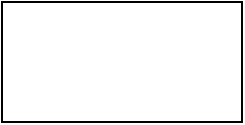
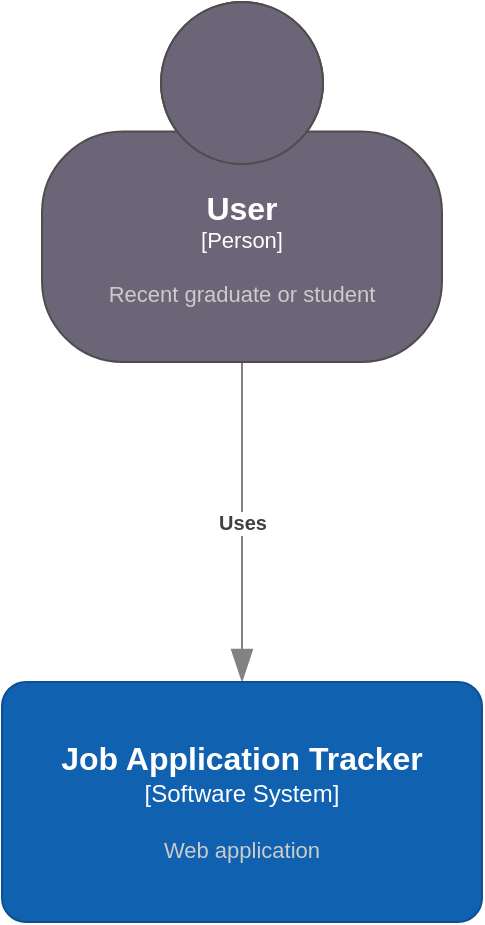
<mxfile host="app.diagrams.net">
  <diagram name="Page-1" id="r0MX-lv1SgkQPHXPaGqT">
-     <mxGraphModel dx="2054" dy="1111" grid="1" gridSize="10" guides="1" tooltips="1" connect="1" arrows="1" fold="1" page="1" pageScale="1" pageWidth="850" pageHeight="1100" math="0" shadow="0">
+     <mxGraphModel dx="1712" dy="926" grid="1" gridSize="10" guides="1" tooltips="1" connect="1" arrows="1" fold="1" page="1" pageScale="1" pageWidth="850" pageHeight="1100" math="0" shadow="0">
      <root>
        <mxCell id="0" />
        <mxCell id="1" parent="0" />
-         <mxCell id="iYDje_hDomblVsgE6DUW-1" parent="1" style="rounded=0;whiteSpace=wrap;html=1;" value="" vertex="1">
-           <mxGeometry height="60" width="120" x="330" y="330" as="geometry" />
-         </mxCell>
+         <object placeholders="1" c4Type="Relationship" c4Description="Uses" label="&lt;div style=&quot;text-align: left&quot;&gt;&lt;div style=&quot;text-align: center&quot;&gt;&lt;b&gt;%c4Description%&lt;/b&gt;&lt;/div&gt;" id="O_8AKF7KbehZ5gpZg40K-2">
+           <mxCell edge="1" parent="1" source="O_8AKF7KbehZ5gpZg40K-5" style="endArrow=blockThin;html=1;fontSize=10;fontColor=#404040;strokeWidth=1;endFill=1;strokeColor=#828282;elbow=vertical;metaEdit=1;endSize=14;startSize=14;jumpStyle=arc;jumpSize=16;rounded=0;edgeStyle=orthogonalEdgeStyle;exitX=0.5;exitY=1;exitDx=0;exitDy=0;exitPerimeter=0;entryX=0.5;entryY=0;entryDx=0;entryDy=0;entryPerimeter=0;" target="O_8AKF7KbehZ5gpZg40K-4">
+             <mxGeometry relative="1" width="240" as="geometry">
+               <mxPoint x="550" y="350" as="sourcePoint" />
+               <mxPoint x="435" y="560" as="targetPoint" />
+             </mxGeometry>
+           </mxCell>
+         </object>
+         <object placeholders="1" c4Name="Job Application Tracker" c4Type="Software System" c4Description="Web application" label="&lt;font style=&quot;font-size: 16px&quot;&gt;&lt;b&gt;%c4Name%&lt;/b&gt;&lt;/font&gt;&lt;div&gt;[%c4Type%]&lt;/div&gt;&lt;br&gt;&lt;div&gt;&lt;font style=&quot;font-size: 11px&quot;&gt;&lt;font color=&quot;#cccccc&quot;&gt;%c4Description%&lt;/font&gt;&lt;/div&gt;" id="O_8AKF7KbehZ5gpZg40K-4">
+           <mxCell parent="1" style="rounded=1;whiteSpace=wrap;html=1;labelBackgroundColor=none;fillColor=#1061B0;fontColor=#ffffff;align=center;arcSize=10;strokeColor=#0D5091;metaEdit=1;resizable=0;points=[[0.25,0,0],[0.5,0,0],[0.75,0,0],[1,0.25,0],[1,0.5,0],[1,0.75,0],[0.75,1,0],[0.5,1,0],[0.25,1,0],[0,0.75,0],[0,0.5,0],[0,0.25,0]];" vertex="1">
+             <mxGeometry height="120" width="240" x="305" y="600" as="geometry" />
+           </mxCell>
+         </object>
+         <object placeholders="1" c4Name="User" c4Type="Person" c4Description="Recent graduate or student" label="&lt;font style=&quot;font-size: 16px&quot;&gt;&lt;b&gt;%c4Name%&lt;/b&gt;&lt;/font&gt;&lt;div&gt;[%c4Type%]&lt;/div&gt;&lt;br&gt;&lt;div&gt;&lt;font style=&quot;font-size: 11px&quot;&gt;&lt;font color=&quot;#cccccc&quot;&gt;%c4Description%&lt;/font&gt;&lt;/div&gt;" id="O_8AKF7KbehZ5gpZg40K-5">
+           <mxCell parent="1" style="html=1;fontSize=11;dashed=0;whiteSpace=wrap;fillColor=#6C6477;strokeColor=#4D4D4D;fontColor=#ffffff;shape=mxgraph.c4.person2;align=center;metaEdit=1;points=[[0.5,0,0],[1,0.5,0],[1,0.75,0],[0.75,1,0],[0.5,1,0],[0.25,1,0],[0,0.75,0],[0,0.5,0]];resizable=0;" vertex="1">
+             <mxGeometry height="180" width="200" x="325" y="260" as="geometry" />
+           </mxCell>
+         </object>
      </root>
    </mxGraphModel>
  </diagram>
</mxfile>
